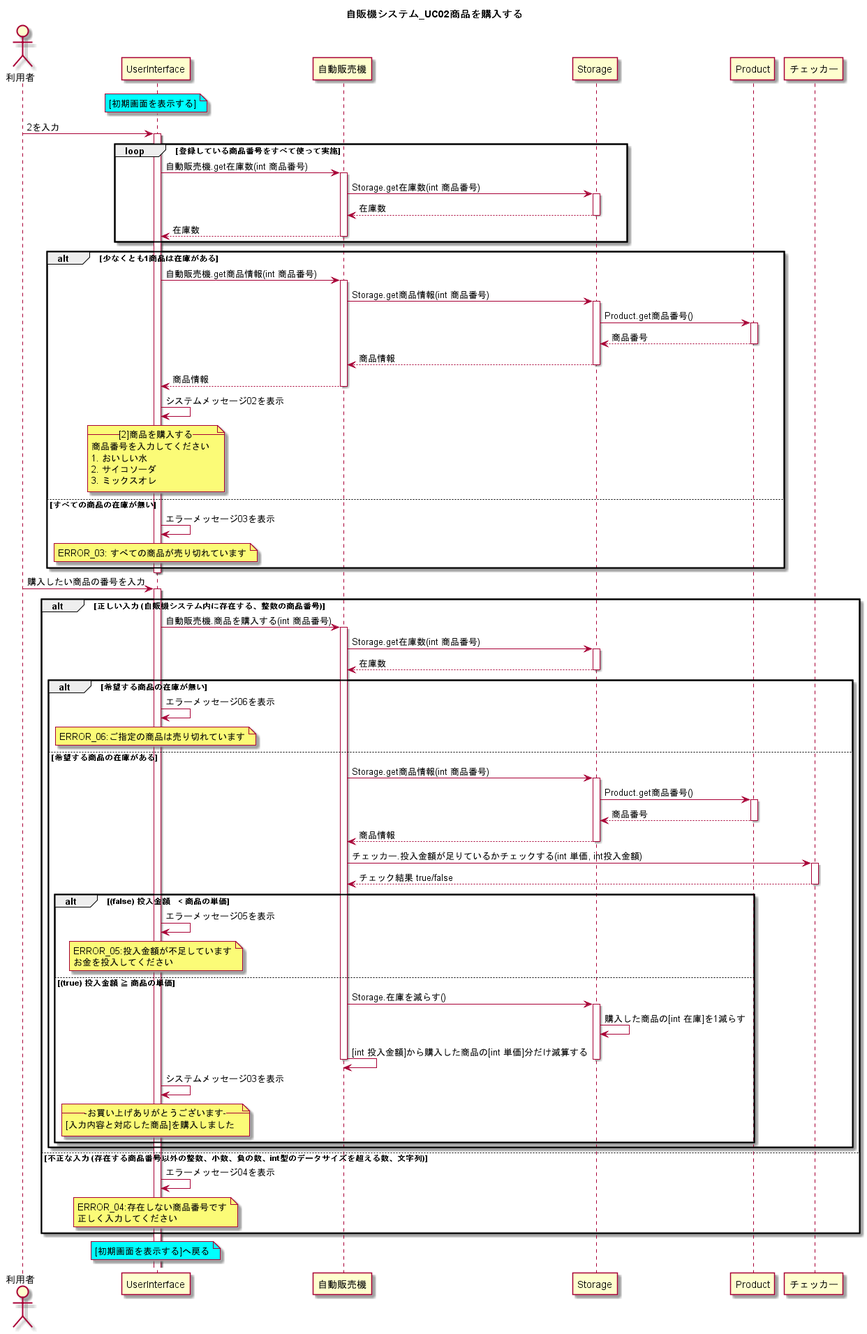
This is UML_class_sequence/自販機システム_UC02商品を購入する.png from W-Nakayama-24/VendingMachine_CUI, a PlantUML export, as it was before one commit. Source of this version:
```plantuml
@startuml
title 自販機システム_UC02商品を購入する

actor 利用者
note over UserInterface #Cyan
[初期画面を表示する]
end note

利用者 -> UserInterface : 2を入力

loop 登録している商品番号をすべて使って実施
activate UserInterface
UserInterface -> 自動販売機 : 自動販売機.get在庫数(int 商品番号)
activate 自動販売機
自動販売機 -> Storage : Storage.get在庫数(int 商品番号)
activate Storage
自動販売機 <-- Storage : 在庫数
deactivate Storage
UserInterface <-- 自動販売機 : 在庫数
deactivate 自動販売機
end loop

alt 少なくとも1商品は在庫がある
    UserInterface -> 自動販売機 : 自動販売機.get商品情報(int 商品番号)
    activate 自動販売機
    自動販売機 -> Storage : Storage.get商品情報(int 商品番号)
    activate Storage

    Storage -> Product : Product.get商品番号()
    activate Product
    Storage <-- Product : 商品番号
    deactivate Product
    自動販売機 <-- Storage : 商品情報
    deactivate Storage
    UserInterface <-- 自動販売機 : 商品情報
    deactivate 自動販売機

    UserInterface <- UserInterface : システムメッセージ02を表示
    note over UserInterface
    --[2]商品を購入する--
    商品番号を入力してください
    1. おいしい水
    2. サイコソーダ
    3. ミックスオレ
    end note

else すべての商品の在庫が無い
    UserInterface <- UserInterface : エラーメッセージ03を表示
    note over UserInterface
    ERROR_03: すべての商品が売り切れています
    end note

end
deactivate UserInterface

利用者 -> UserInterface : 購入したい商品の番号を入力

activate UserInterface

alt 正しい入力 (自販機システム内に存在する、整数の商品番号)

    UserInterface -> 自動販売機 : 自動販売機.商品を購入する(int 商品番号)
    activate 自動販売機
    自動販売機 -> Storage : Storage.get在庫数(int 商品番号)
    activate Storage
    自動販売機 <-- Storage : 在庫数
    deactivate Storage

    alt 希望する商品の在庫が無い

        UserInterface -> UserInterface : エラーメッセージ06を表示
        note over UserInterface
        ERROR_06:ご指定の商品は売り切れています
        end note


    else 希望する商品の在庫がある

        自動販売機 -> Storage : Storage.get商品情報(int 商品番号)
        activate Storage
        Storage -> Product : Product.get商品番号()
        activate Product
        Storage <-- Product : 商品番号
        deactivate Product
        自動販売機 <-- Storage : 商品情報
        deactivate Storage

        自動販売機 -> チェッカー : チェッカー.投入金額が足りているかチェックする(int 単価, int投入金額)
        activate チェッカー
        自動販売機 <-- チェッカー : チェック結果 true/false
        deactivate チェッカー

        alt (false) 投入金額　< 商品の単価

            UserInterface -> UserInterface : エラーメッセージ05を表示
            note over UserInterface
            ERROR_05:投入金額が不足しています
            お金を投入してください
            end note

        else (true) 投入金額 ≧ 商品の単価

            自動販売機 -> Storage : Storage.在庫を減らす()
            activate Storage
            Storage -> Storage : 購入した商品の[int 在庫]を1減らす
            自動販売機 -> 自動販売機 : [int 投入金額]から購入した商品の[int 単価]分だけ減算する
            deactivate Storage
            deactivate 自動販売機

            UserInterface -> UserInterface : システムメッセージ03を表示
            note over UserInterface
            ---お買い上げありがとうございます---
            [入力内容と対応した商品]を購入しました
            end note

        end


    end

else 不正な入力 (存在する商品番号以外の整数、小数、負の数、int型のデータサイズを超える数、文字列)
    UserInterface <- UserInterface : エラーメッセージ04を表示
    note over UserInterface
    ERROR_04:存在しない商品番号です
    正しく入力してください
    end note

end

note over UserInterface #Cyan
[初期画面を表示する]へ戻る
end note

@enduml
```
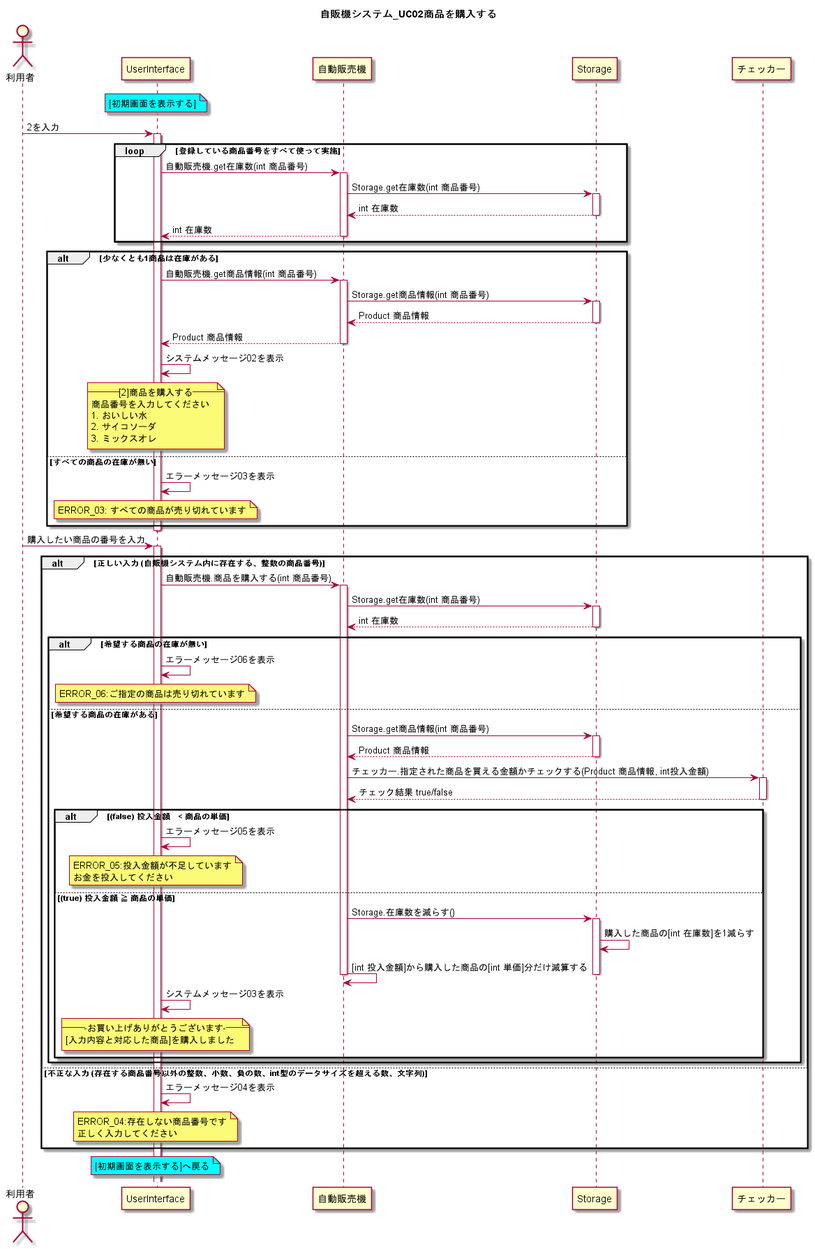
After the change.

Diff of the diagram source:
```diff
@@ -14,9 +14,9 @@
 activate 自動販売機
 自動販売機 -> Storage : Storage.get在庫数(int 商品番号)
 activate Storage
-自動販売機 <-- Storage : 在庫数
+自動販売機 <-- Storage : int 在庫数
 deactivate Storage
-UserInterface <-- 自動販売機 : 在庫数
+UserInterface <-- 自動販売機 : int 在庫数
 deactivate 自動販売機
 end loop
 
@@ -26,14 +26,11 @@
     自動販売機 -> Storage : Storage.get商品情報(int 商品番号)
     activate Storage
 
-    Storage -> Product : Product.get商品番号()
-    activate Product
-    Storage <-- Product : 商品番号
-    deactivate Product
-    自動販売機 <-- Storage : 商品情報
+    自動販売機 <-- Storage : Product 商品情報
     deactivate Storage
-    UserInterface <-- 自動販売機 : 商品情報
+    UserInterface <-- 自動販売機 : Product 商品情報
     deactivate 自動販売機
+
 
     UserInterface <- UserInterface : システムメッセージ02を表示
     note over UserInterface
@@ -63,7 +60,7 @@
     activate 自動販売機
     自動販売機 -> Storage : Storage.get在庫数(int 商品番号)
     activate Storage
-    自動販売機 <-- Storage : 在庫数
+    自動販売機 <-- Storage : int 在庫数
     deactivate Storage
 
     alt 希望する商品の在庫が無い
@@ -78,14 +75,10 @@
 
         自動販売機 -> Storage : Storage.get商品情報(int 商品番号)
         activate Storage
-        Storage -> Product : Product.get商品番号()
-        activate Product
-        Storage <-- Product : 商品番号
-        deactivate Product
-        自動販売機 <-- Storage : 商品情報
+        自動販売機 <-- Storage : Product 商品情報
         deactivate Storage
 
-        自動販売機 -> チェッカー : チェッカー.投入金額が足りているかチェックする(int 単価, int投入金額)
+        自動販売機 -> チェッカー : チェッカー.指定された商品を買える金額かチェックする(Product 商品情報, int投入金額)
         activate チェッカー
         自動販売機 <-- チェッカー : チェック結果 true/false
         deactivate チェッカー
@@ -100,9 +93,9 @@
 
         else (true) 投入金額 ≧ 商品の単価
 
-            自動販売機 -> Storage : Storage.在庫を減らす()
+            自動販売機 -> Storage : Storage.在庫数を減らす()
             activate Storage
-            Storage -> Storage : 購入した商品の[int 在庫]を1減らす
+            Storage -> Storage : 購入した商品の[int 在庫数]を1減らす
             自動販売機 -> 自動販売機 : [int 投入金額]から購入した商品の[int 単価]分だけ減算する
             deactivate Storage
             deactivate 自動販売機
```
